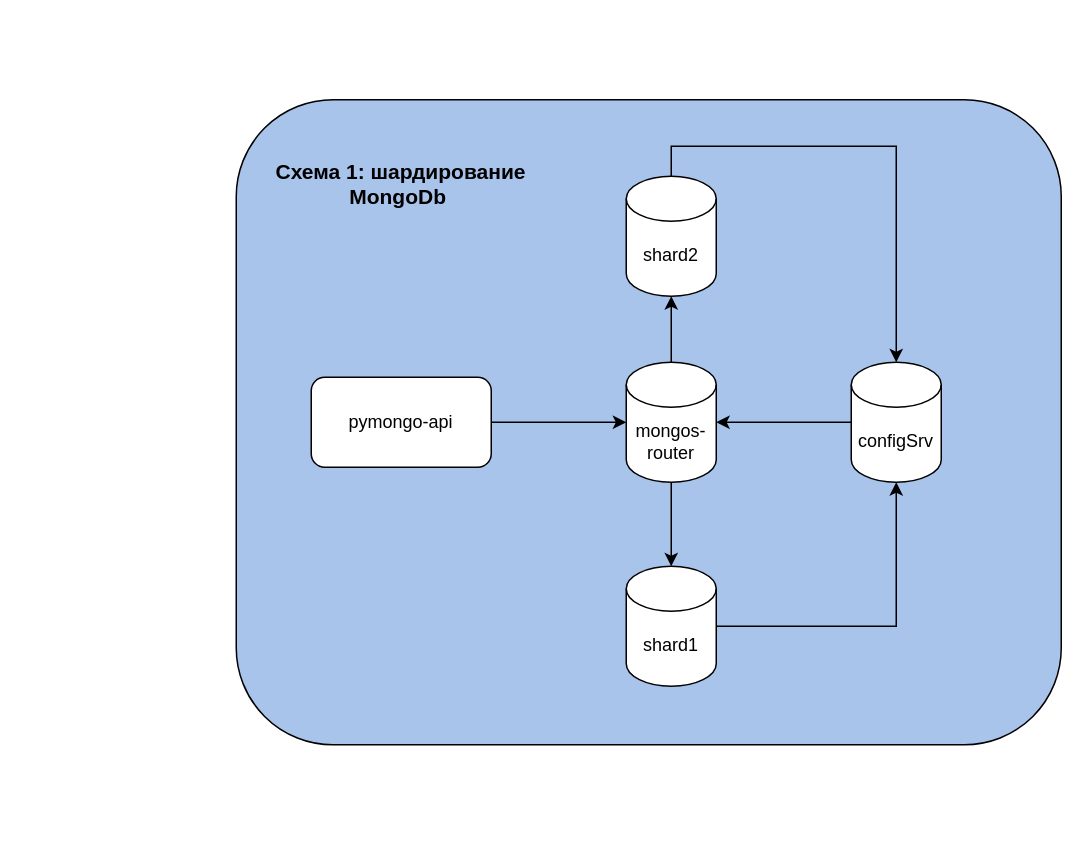
This is diagrams/task2_replica.drawio from dftyni/architecture-mesto, a draw.io file, before an edit. Source tidied: cells renumbered, new cells numbered last; positions are measured from the earlier drawing's top-left corner, leaving out a move shared by most shapes. Both pictures are drawn from the tidied source at 150%, with x=0, y=0 at pixel (236, 99).
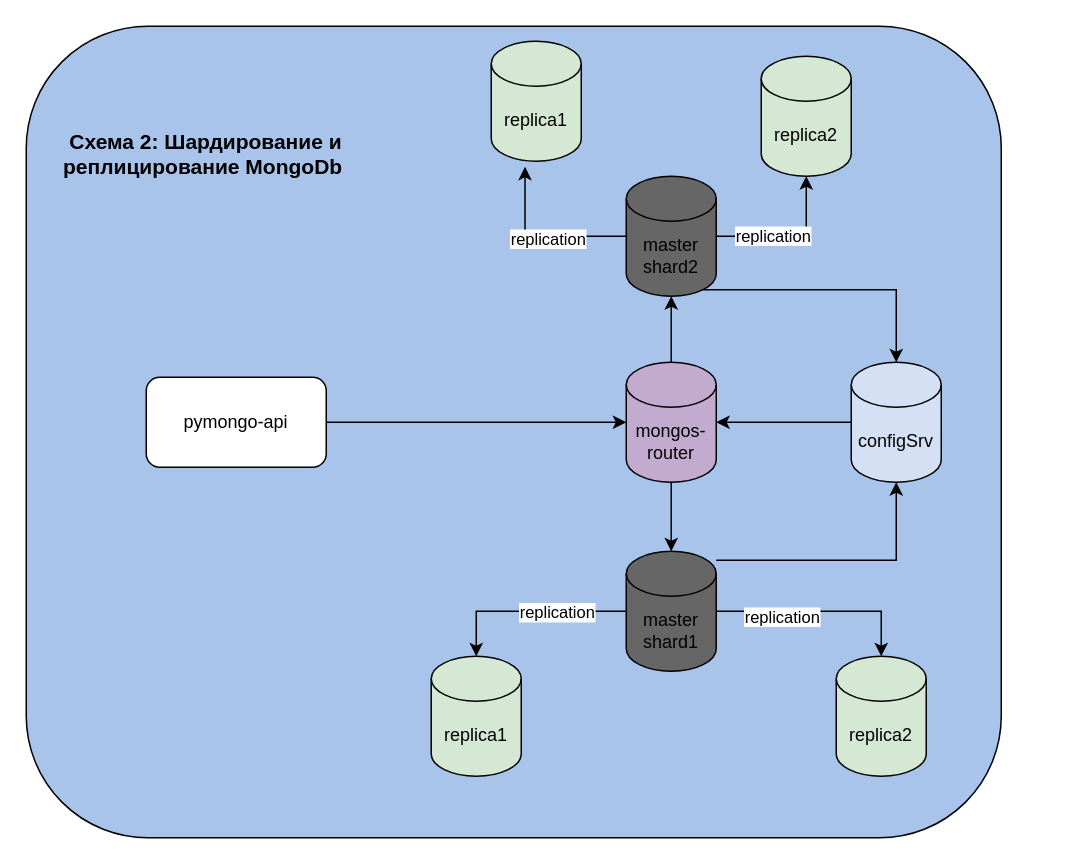
The same page after the edit.

Commit message (it also covers changes not shown here):
updated replication diagram

Change to the diagram source:
```diff
@@
     <mxCell id="2" style="rounded=1;whiteSpace=wrap;html=1;fillColor=#A9C4EB;" parent="1" vertex="1">
-      <mxGeometry width="550" height="430" as="geometry" />
+      <mxGeometry x="-140" y="-49" width="650" height="541" as="geometry" />
     </mxCell>
@@
-    <mxCell id="4" value="configSrv" style="shape=cylinder3;whiteSpace=wrap;html=1;boundedLbl=1;backgroundOutline=1;size=15;" parent="1" vertex="1">
+    <mxCell id="4" value="configSrv" style="shape=cylinder3;whiteSpace=wrap;html=1;boundedLbl=1;backgroundOutline=1;size=15;fillColor=#D4E1F5;" parent="1" vertex="1">
       <mxGeometry x="410" y="175" width="60" height="80" as="geometry" />
     </mxCell>
     <mxCell id="5" value="pymongo-api" style="rounded=1;whiteSpace=wrap;html=1;" parent="1" vertex="1">
-      <mxGeometry x="50" y="185" width="120" height="60" as="geometry" />
+      <mxGeometry x="-60" y="185" width="120" height="60" as="geometry" />
     </mxCell>
@@
-    <mxCell id="9" value="mongos-router" style="shape=cylinder3;whiteSpace=wrap;html=1;boundedLbl=1;backgroundOutline=1;size=15;" parent="1" vertex="1">
+    <mxCell id="9" value="mongos-router" style="shape=cylinder3;whiteSpace=wrap;html=1;boundedLbl=1;backgroundOutline=1;size=15;fillColor=#C3ABD0;" parent="1" vertex="1">
       <mxGeometry x="260" y="175" width="60" height="80" as="geometry" />
     </mxCell>
-    <mxCell id="10" value="shard1" style="shape=cylinder3;whiteSpace=wrap;html=1;boundedLbl=1;backgroundOutline=1;size=15;" parent="1" vertex="1">
-      <mxGeometry x="260" y="311" width="60" height="80" as="geometry" />
+    <mxCell id="10" value="master&lt;br&gt;shard1" style="shape=cylinder3;whiteSpace=wrap;html=1;boundedLbl=1;backgroundOutline=1;size=15;fillColor=#666666;" parent="1" vertex="1">
+      <mxGeometry x="260" y="301" width="60" height="80" as="geometry" />
     </mxCell>
-    <mxCell id="11" value="shard2" style="shape=cylinder3;whiteSpace=wrap;html=1;boundedLbl=1;backgroundOutline=1;size=15;" parent="1" vertex="1">
-      <mxGeometry x="260" y="51" width="60" height="80" as="geometry" />
-    </mxCell>
-    <mxCell id="12" style="edgeStyle=orthogonalEdgeStyle;rounded=0;jettySize=auto;html=1;entryX=0.5;entryY=1;entryDx=0;entryDy=0;entryPerimeter=0;" parent="1" edge="1" source="10" target="4">
+    <mxCell id="12" style="edgeStyle=orthogonalEdgeStyle;rounded=0;jettySize=auto;html=1;entryX=0.5;entryY=1;entryDx=0;entryDy=0;entryPerimeter=0;exitX=1;exitY=0.075;exitDx=0;exitDy=0;exitPerimeter=0;" parent="1" edge="1" source="10" target="4">
       <mxGeometry relative="1" as="geometry" />
     </mxCell>
-    <mxCell id="13" style="edgeStyle=orthogonalEdgeStyle;rounded=0;jettySize=auto;html=1;entryX=0.5;entryY=0;entryDx=0;entryDy=0;entryPerimeter=0;exitX=0.5;exitY=0;exitDx=0;exitDy=0;exitPerimeter=0;" parent="1" edge="1" source="11" target="4">
+    <mxCell id="13" style="edgeStyle=orthogonalEdgeStyle;rounded=0;jettySize=auto;html=1;entryX=0.5;entryY=0;entryDx=0;entryDy=0;entryPerimeter=0;exitX=0.855;exitY=1;exitDx=0;exitDy=-4.35;exitPerimeter=0;" parent="1" edge="1" source="11" target="4">
       <mxGeometry relative="1" as="geometry" />
     </mxCell>
-    <mxCell id="14" value="&lt;font style=&quot;font-size: 14px;&quot;&gt;Схема 1: шардирование MongoDb&amp;nbsp;&lt;/font&gt;" style="text;html=1;align=center;verticalAlign=middle;whiteSpace=wrap;rounded=0;fontStyle=1;" parent="1" vertex="1">
-      <mxGeometry x="10" y="41" width="200" height="30" as="geometry" />
+    <mxCell id="14" value="&lt;font style=&quot;font-size: 14px;&quot;&gt;Схема 2: Шардирование и реплицирование MongoDb&amp;nbsp;&lt;/font&gt;" style="text;html=1;align=center;verticalAlign=middle;whiteSpace=wrap;rounded=0;fontStyle=1;" parent="1" vertex="1">
+      <mxGeometry x="-120" y="21" width="200" height="30" as="geometry" />
     </mxCell>
+    <mxCell id="15" value="replica1" style="shape=cylinder3;whiteSpace=wrap;html=1;boundedLbl=1;backgroundOutline=1;size=15;fillColor=#D5E8D4;" parent="1" vertex="1">
+      <mxGeometry x="130" y="371" width="60" height="80" as="geometry" />
+    </mxCell>
+    <mxCell id="16" value="replica2" style="shape=cylinder3;whiteSpace=wrap;html=1;boundedLbl=1;backgroundOutline=1;size=15;fillColor=#D5E8D4;" parent="1" vertex="1">
+      <mxGeometry x="400" y="371" width="60" height="80" as="geometry" />
+    </mxCell>
+    <mxCell id="17" style="edgeStyle=orthogonalEdgeStyle;rounded=0;jettySize=auto;html=1;entryX=0.5;entryY=0;entryDx=0;entryDy=0;entryPerimeter=0;" parent="1" edge="1" source="10" target="15">
+      <mxGeometry relative="1" as="geometry" />
+    </mxCell>
+    <mxCell id="18" value="replication" style="edgeLabel;html=1;align=center;verticalAlign=middle;" parent="17" vertex="1">
+      <mxGeometry x="-0.27" relative="1" as="geometry" />
+    </mxCell>
+    <mxCell id="19" style="edgeStyle=orthogonalEdgeStyle;rounded=0;jettySize=auto;html=1;entryX=0.5;entryY=0;entryDx=0;entryDy=0;entryPerimeter=0;" parent="1" edge="1" source="10" target="16">
+      <mxGeometry relative="1" as="geometry" />
+    </mxCell>
+    <mxCell id="20" value="replication" style="edgeLabel;html=1;align=center;verticalAlign=middle;" parent="19" vertex="1">
+      <mxGeometry x="-0.38" y="-3" relative="1" as="geometry" />
+    </mxCell>
+    <mxCell id="21" value="replica2" style="shape=cylinder3;whiteSpace=wrap;html=1;boundedLbl=1;backgroundOutline=1;size=15;fillColor=#D5E8D4;" parent="1" vertex="1">
+      <mxGeometry x="350" y="-29" width="60" height="80" as="geometry" />
+    </mxCell>
+    <mxCell id="22" value="replica1" style="shape=cylinder3;whiteSpace=wrap;html=1;boundedLbl=1;backgroundOutline=1;size=15;fillColor=#D5E8D4;" parent="1" vertex="1">
+      <mxGeometry x="170" y="-39" width="60" height="80" as="geometry" />
+    </mxCell>
+    <mxCell id="23" style="edgeStyle=orthogonalEdgeStyle;rounded=0;jettySize=auto;html=1;entryX=0.375;entryY=1.046;entryDx=0;entryDy=0;entryPerimeter=0;" parent="1" edge="1" source="11" target="22">
+      <mxGeometry relative="1" as="geometry" />
+    </mxCell>
+    <mxCell id="24" value="replication" style="edgeLabel;html=1;align=center;verticalAlign=middle;" parent="23" vertex="1">
+      <mxGeometry x="-0.06" y="1" relative="1" as="geometry" />
+    </mxCell>
+    <mxCell id="25" style="edgeStyle=orthogonalEdgeStyle;rounded=0;jettySize=auto;html=1;entryX=0.5;entryY=1;entryDx=0;entryDy=0;entryPerimeter=0;" parent="1" edge="1" source="11" target="21">
+      <mxGeometry relative="1" as="geometry" />
+    </mxCell>
+    <mxCell id="26" value="replication" style="edgeLabel;html=1;align=center;verticalAlign=middle;" parent="25" vertex="1">
+      <mxGeometry x="-0.26" y="1" relative="1" as="geometry" />
+    </mxCell>
+    <mxCell id="11" value="master&lt;br&gt;shard2" style="shape=cylinder3;whiteSpace=wrap;html=1;boundedLbl=1;backgroundOutline=1;size=15;fillColor=#666666;" parent="1" vertex="1">
+      <mxGeometry x="260" y="51" width="60" height="80" as="geometry" />
+    </mxCell>
```
